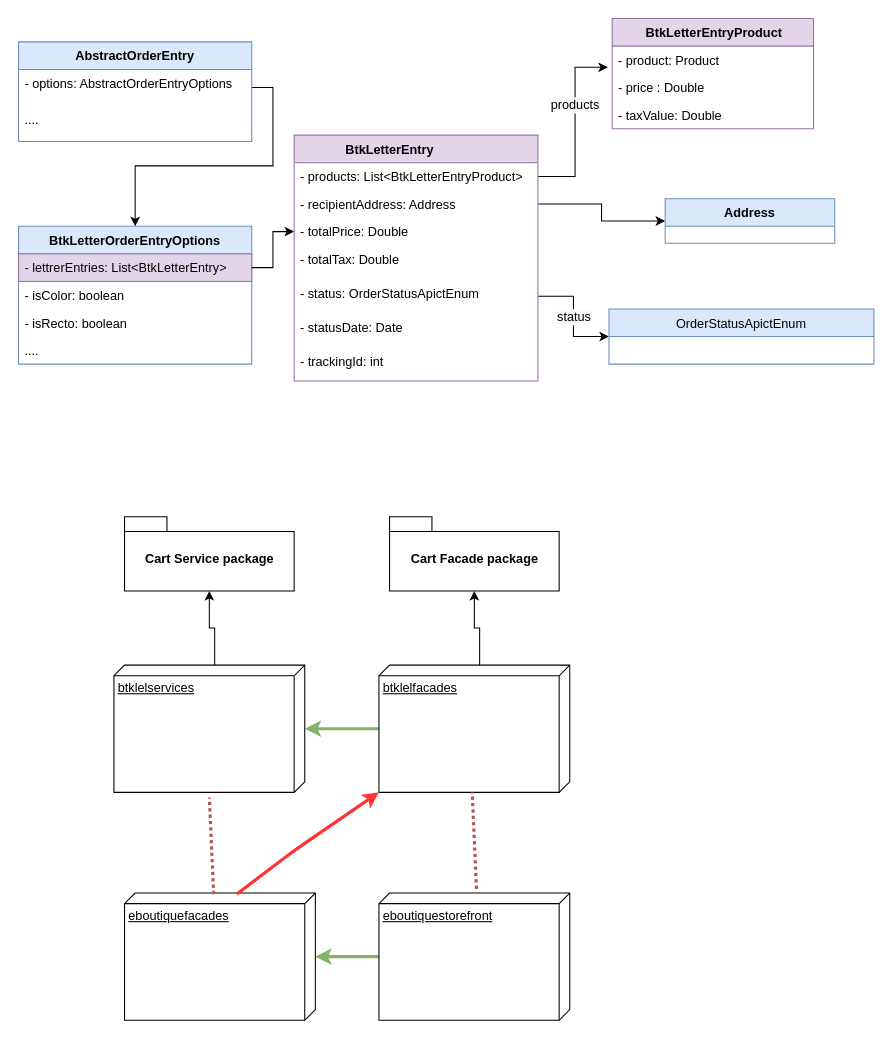
Before: eboutique pli letter conception.drawio in elaissoussi/draw.io, a draw.io diagram. Source tidied: cells renumbered, new cells numbered last; positions are measured from the earlier drawing's top-left corner, leaving out a move shared by most shapes. Both pictures are drawn from the tidied source at 106%, with x=0, y=0 at pixel (18, 18).
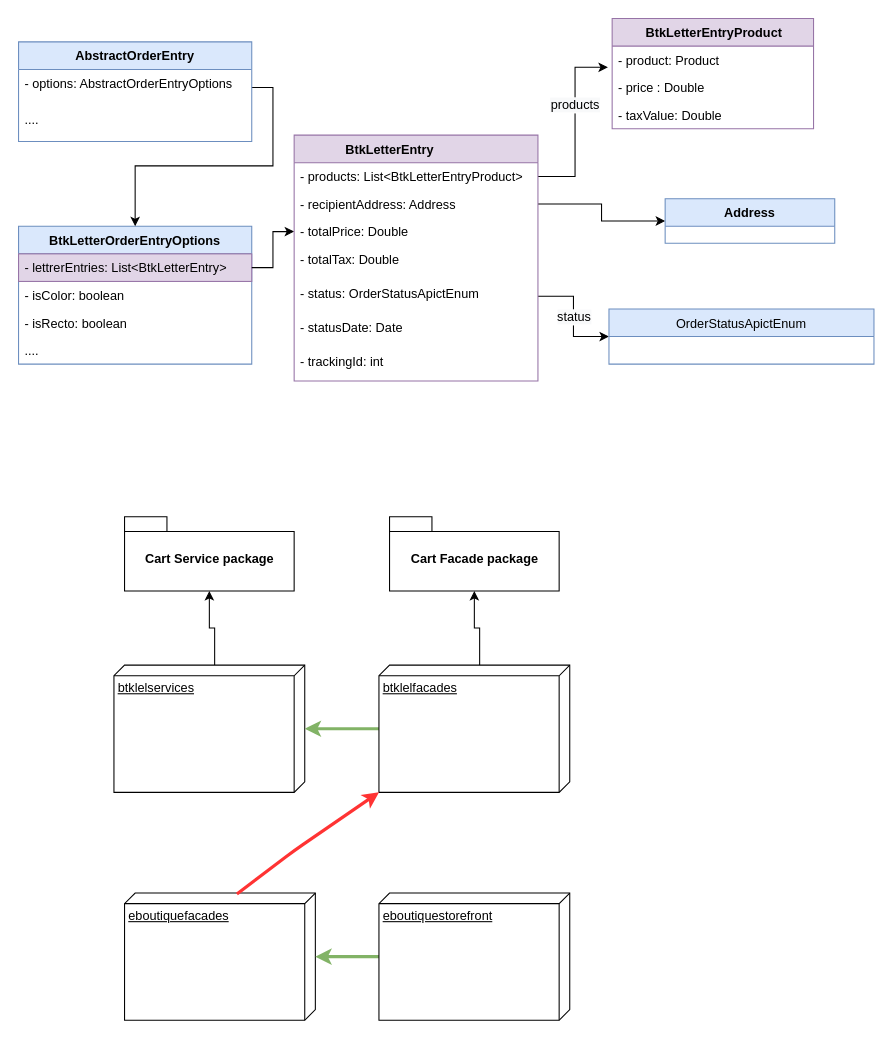
After the change.

Unchanged cells that the change refers to:
```xml
<mxCell id="35" value="eboutiquefacades" style="verticalAlign=top;align=left;spacingTop=8;spacingLeft=2;spacingRight=12;shape=cube;size=10;direction=south;fontStyle=4;html=1;" parent="1" vertex="1">
  <mxGeometry x="100" y="825" width="180" height="120" as="geometry" />
</mxCell>
```

Change to the diagram source:
```diff
@@
-    <mxCell id="39" style="endArrow=none;dashed=1;html=1;strokeWidth=3;exitX=0.008;exitY=0.533;exitDx=0;exitDy=0;exitPerimeter=0;fillColor=#f8cecc;strokeColor=#b85450;dashPattern=1 1;" parent="1" edge="1" source="35">
-      <mxGeometry relative="1" as="geometry">
-        <mxPoint x="180" y="735" as="targetPoint" />
-      </mxGeometry>
-    </mxCell>
-    <mxCell id="40" style="endArrow=none;dashed=1;html=1;strokeWidth=3;exitX=0.008;exitY=0.533;exitDx=0;exitDy=0;exitPerimeter=0;fillColor=#f8cecc;strokeColor=#b85450;jumpStyle=arc;endFill=1;dashPattern=1 1;" parent="1" edge="1">
-      <mxGeometry relative="1" as="geometry">
-        <mxPoint x="432" y="821" as="sourcePoint" />
-        <mxPoint x="428" y="730" as="targetPoint" />
-      </mxGeometry>
-    </mxCell>
```
